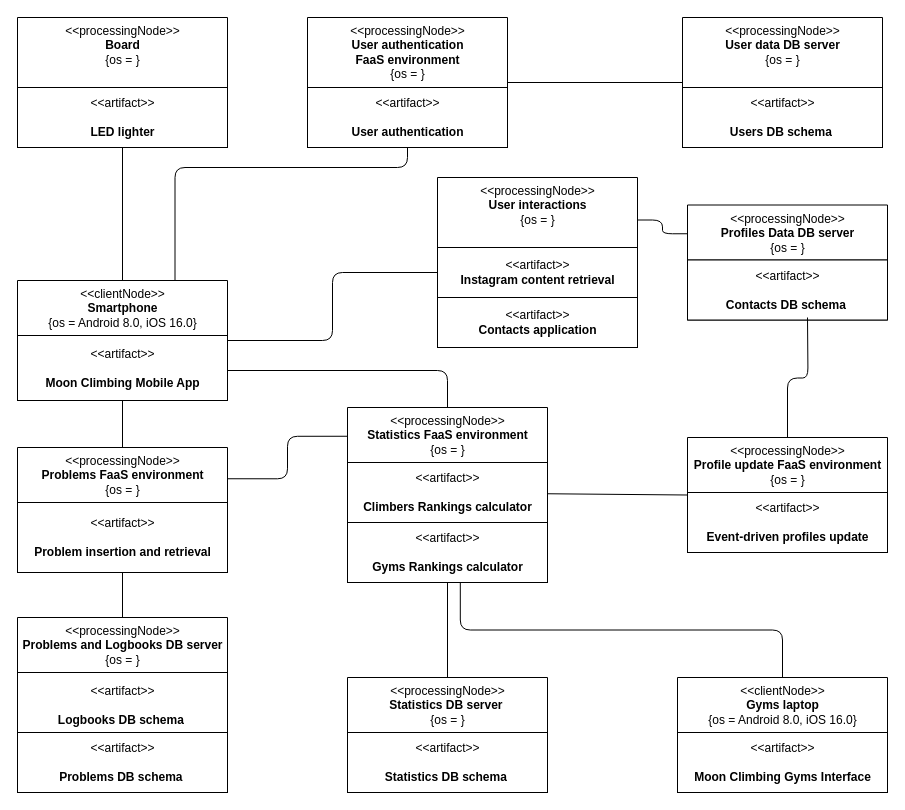
Before: lab_1_ale/deployment_UML.drawio in aleCombi/SoftwareArchitecture, a draw.io diagram. Source tidied: cells renumbered, new cells numbered last; positions are measured from the earlier drawing's top-left corner, leaving out a move shared by most shapes. Both pictures are drawn from the tidied source at 100%, with x=0, y=0 at pixel (17, 17).
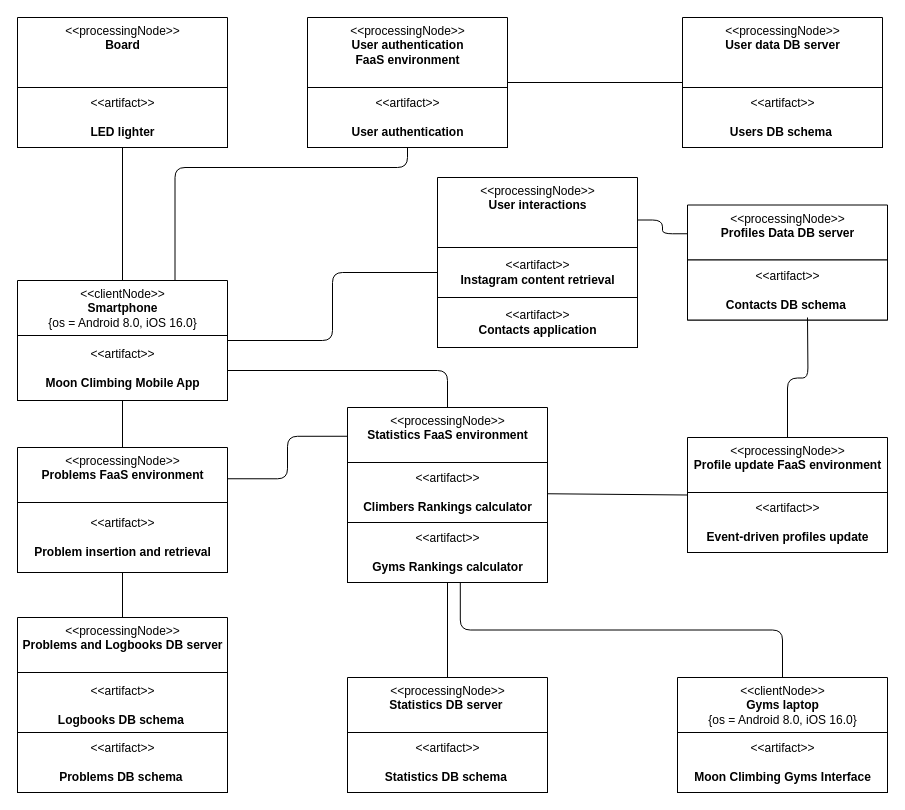
The same page after the edit.

What changed in the source:
```diff
@@
-    <mxCell id="10" value="&amp;lt;&amp;lt;processingNode&amp;gt;&amp;gt;&lt;br&gt;&lt;b&gt;Problems FaaS environment&lt;/b&gt;&lt;br&gt;{os = }" style="swimlane;fontStyle=0;align=center;verticalAlign=top;horizontal=1;startSize=55;html=1;" parent="1" vertex="1">
+    <mxCell id="10" value="&amp;lt;&amp;lt;processingNode&amp;gt;&amp;gt;&lt;br&gt;&lt;b&gt;Problems FaaS environment&lt;/b&gt;&lt;br&gt;" style="swimlane;fontStyle=0;align=center;verticalAlign=top;horizontal=1;startSize=55;html=1;" parent="1" vertex="1">
       <mxGeometry y="430" width="210" height="125" as="geometry" />
     </mxCell>
@@
-    <mxCell id="13" value="&amp;lt;&amp;lt;processingNode&amp;gt;&amp;gt;&lt;br&gt;&lt;b&gt;Statistics FaaS environment&lt;/b&gt;&lt;br&gt;{os = }" style="swimlane;fontStyle=0;align=center;verticalAlign=top;horizontal=1;startSize=55;html=1;" parent="1" vertex="1">
+    <mxCell id="13" value="&amp;lt;&amp;lt;processingNode&amp;gt;&amp;gt;&lt;br&gt;&lt;b&gt;Statistics FaaS environment&lt;/b&gt;&lt;br&gt;" style="swimlane;fontStyle=0;align=center;verticalAlign=top;horizontal=1;startSize=55;html=1;" parent="1" vertex="1">
       <mxGeometry x="330" y="390" width="200" height="115" as="geometry" />
     </mxCell>
@@
-    <mxCell id="18" value="&amp;lt;&amp;lt;processingNode&amp;gt;&amp;gt;&lt;br&gt;&lt;b&gt;User authentication &lt;br&gt;FaaS environment&lt;/b&gt;&lt;br&gt;{os = }" style="swimlane;fontStyle=0;align=center;verticalAlign=top;horizontal=1;startSize=70;html=1;" parent="1" vertex="1">
+    <mxCell id="18" value="&amp;lt;&amp;lt;processingNode&amp;gt;&amp;gt;&lt;br&gt;&lt;b&gt;User authentication &lt;br&gt;FaaS environment&lt;/b&gt;&lt;br&gt;" style="swimlane;fontStyle=0;align=center;verticalAlign=top;horizontal=1;startSize=70;html=1;" parent="1" vertex="1">
       <mxGeometry x="290" width="200" height="130" as="geometry" />
     </mxCell>
@@
-    <mxCell id="21" value="&amp;lt;&amp;lt;processingNode&amp;gt;&amp;gt;&lt;br&gt;&lt;b&gt;User interactions&lt;/b&gt;&lt;br&gt;{os = }" style="swimlane;fontStyle=0;align=center;verticalAlign=top;horizontal=1;startSize=70;html=1;" parent="1" vertex="1">
+    <mxCell id="21" value="&amp;lt;&amp;lt;processingNode&amp;gt;&amp;gt;&lt;br&gt;&lt;b&gt;User interactions&lt;/b&gt;&lt;br&gt;" style="swimlane;fontStyle=0;align=center;verticalAlign=top;horizontal=1;startSize=70;html=1;" parent="1" vertex="1">
       <mxGeometry x="420" y="160" width="200" height="170" as="geometry" />
     </mxCell>
@@
-    <mxCell id="24" value="&amp;lt;&amp;lt;processingNode&amp;gt;&amp;gt;&lt;br&gt;&lt;b&gt;Board&lt;/b&gt;&lt;br&gt;{os = }" style="swimlane;fontStyle=0;align=center;verticalAlign=top;horizontal=1;startSize=70;html=1;" parent="1" vertex="1">
+    <mxCell id="24" value="&amp;lt;&amp;lt;processingNode&amp;gt;&amp;gt;&lt;br&gt;&lt;b&gt;Board&lt;/b&gt;" style="swimlane;fontStyle=0;align=center;verticalAlign=top;horizontal=1;startSize=70;html=1;" parent="1" vertex="1">
       <mxGeometry width="210" height="130" as="geometry" />
     </mxCell>
@@
-    <mxCell id="26" value="&amp;lt;&amp;lt;processingNode&amp;gt;&amp;gt;&lt;br&gt;&lt;b&gt;Problems and Logbooks DB server&lt;/b&gt;&lt;br&gt;{os = }" style="swimlane;fontStyle=0;align=center;verticalAlign=top;horizontal=1;startSize=55;html=1;" parent="1" vertex="1">
+    <mxCell id="26" value="&amp;lt;&amp;lt;processingNode&amp;gt;&amp;gt;&lt;br&gt;&lt;b&gt;Problems and Logbooks DB server&lt;/b&gt;&lt;br&gt;" style="swimlane;fontStyle=0;align=center;verticalAlign=top;horizontal=1;startSize=55;html=1;" parent="1" vertex="1">
       <mxGeometry y="600" width="210" height="120" as="geometry" />
     </mxCell>
@@
-    <mxCell id="30" value="&amp;lt;&amp;lt;processingNode&amp;gt;&amp;gt;&lt;br&gt;&lt;b&gt;Statistics DB server&amp;nbsp;&lt;br&gt;&lt;/b&gt;{os = }" style="swimlane;fontStyle=0;align=center;verticalAlign=top;horizontal=1;startSize=55;html=1;" parent="1" vertex="1">
+    <mxCell id="30" value="&amp;lt;&amp;lt;processingNode&amp;gt;&amp;gt;&lt;br&gt;&lt;b&gt;Statistics DB server&amp;nbsp;&lt;br&gt;&lt;/b&gt;" style="swimlane;fontStyle=0;align=center;verticalAlign=top;horizontal=1;startSize=55;html=1;" parent="1" vertex="1">
       <mxGeometry x="330" y="660" width="200" height="115" as="geometry" />
     </mxCell>
@@
-    <mxCell id="32" value="&amp;lt;&amp;lt;processingNode&amp;gt;&amp;gt;&lt;br&gt;&lt;b&gt;User data DB server&lt;/b&gt;&lt;br&gt;{os = }" style="swimlane;fontStyle=0;align=center;verticalAlign=top;horizontal=1;startSize=70;html=1;" parent="1" vertex="1">
+    <mxCell id="32" value="&amp;lt;&amp;lt;processingNode&amp;gt;&amp;gt;&lt;br&gt;&lt;b&gt;User data DB server&lt;/b&gt;&lt;br&gt;" style="swimlane;fontStyle=0;align=center;verticalAlign=top;horizontal=1;startSize=70;html=1;" parent="1" vertex="1">
       <mxGeometry x="665" width="200" height="130" as="geometry" />
     </mxCell>
@@
-    <mxCell id="34" value="&amp;lt;&amp;lt;processingNode&amp;gt;&amp;gt;&lt;br&gt;&lt;b&gt;Profiles Data DB server&lt;/b&gt;&lt;br&gt;{os = }" style="swimlane;fontStyle=0;align=center;verticalAlign=top;horizontal=1;startSize=55;html=1;" parent="1" vertex="1">
+    <mxCell id="34" value="&amp;lt;&amp;lt;processingNode&amp;gt;&amp;gt;&lt;br&gt;&lt;b&gt;Profiles Data DB server&lt;/b&gt;&lt;br&gt;" style="swimlane;fontStyle=0;align=center;verticalAlign=top;horizontal=1;startSize=55;html=1;" parent="1" vertex="1">
       <mxGeometry x="670" y="187.5" width="200" height="115" as="geometry" />
     </mxCell>
@@
-    <mxCell id="37" value="&amp;lt;&amp;lt;processingNode&amp;gt;&amp;gt;&lt;br&gt;&lt;b&gt;Profile update FaaS environment&lt;/b&gt;&lt;br&gt;{os = }" style="swimlane;fontStyle=0;align=center;verticalAlign=top;horizontal=1;startSize=55;html=1;" parent="1" vertex="1">
+    <mxCell id="37" value="&amp;lt;&amp;lt;processingNode&amp;gt;&amp;gt;&lt;br&gt;&lt;b&gt;Profile update FaaS environment&lt;/b&gt;&lt;br&gt;" style="swimlane;fontStyle=0;align=center;verticalAlign=top;horizontal=1;startSize=55;html=1;" parent="1" vertex="1">
       <mxGeometry x="670" y="420" width="200" height="115" as="geometry" />
     </mxCell>
```
